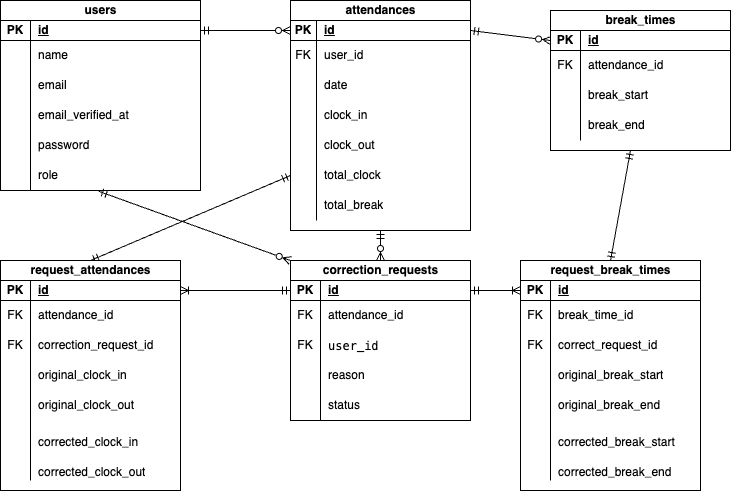
Earlier version of the draw.io export mogi2.drawio.png (riku37-create/miyaharariku-mogi2). Source tidied: cells renumbered, new cells last; positions are measured from the earlier drawing's top-left corner, leaving out a move shared by most shapes.
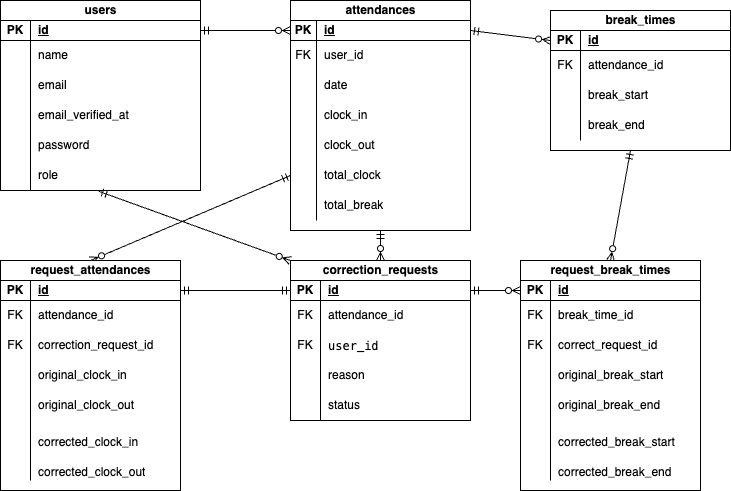
Later version of the same file.

Diff of the diagram source:
```diff
@@ -224,7 +224,7 @@
     <mxCell id="75" style="edgeStyle=none;html=1;entryX=0.491;entryY=1.026;entryDx=0;entryDy=0;entryPerimeter=0;startArrow=ERzeroToMany;startFill=0;endArrow=ERmandOne;endFill=0;exitX=0;exitY=0;exitDx=0;exitDy=0;" parent="1" edge="1" source="2" target="34">
       <mxGeometry relative="1" as="geometry" />
     </mxCell>
-    <mxCell id="76" style="edgeStyle=none;html=1;exitX=0.5;exitY=0;exitDx=0;exitDy=0;startArrow=ERmandOne;startFill=0;endArrow=ERmandOne;endFill=0;" parent="1" edge="1" source="77">
+    <mxCell id="76" style="edgeStyle=none;html=1;exitX=0.5;exitY=0;exitDx=0;exitDy=0;startArrow=ERzeroToMany;startFill=0;endArrow=ERmandOne;endFill=0;" parent="1" edge="1" source="77">
       <mxGeometry relative="1" as="geometry">
         <mxPoint x="630" y="150" as="targetPoint" />
       </mxGeometry>
@@ -295,7 +295,7 @@
     <mxCell id="98" value="&lt;p class=&quot;p1&quot;&gt;corrected_break_end&lt;/p&gt;" style="shape=partialRectangle;fillColor=none;top=0;left=0;bottom=0;right=0;align=left;spacingLeft=6;overflow=hidden;whiteSpace=wrap;html=1;" parent="96" vertex="1">
       <mxGeometry x="30" width="150" height="30" as="geometry" />
     </mxCell>
-    <mxCell id="99" style="edgeStyle=none;html=1;exitX=0.5;exitY=0;exitDx=0;exitDy=0;startArrow=ERmandOne;startFill=0;endArrow=ERmandOne;endFill=0;entryX=0;entryY=0.5;entryDx=0;entryDy=0;" parent="1" edge="1" source="100" target="53">
+    <mxCell id="99" style="edgeStyle=none;html=1;exitX=0.5;exitY=0;exitDx=0;exitDy=0;startArrow=ERzeroToMany;startFill=0;endArrow=ERmandOne;endFill=0;entryX=0;entryY=0.5;entryDx=0;entryDy=0;" parent="1" edge="1" source="100" target="53">
       <mxGeometry relative="1" as="geometry" />
     </mxCell>
     <mxCell id="100" value="request_attendances" style="shape=table;startSize=20;rowLines=0;fontStyle=1;align=center;html=1;" parent="1" vertex="1">
@@ -364,10 +364,10 @@
     <mxCell id="121" value="&lt;p class=&quot;p1&quot;&gt;corrected_clock_out&lt;/p&gt;" style="shape=partialRectangle;fillColor=none;top=0;left=0;bottom=0;right=0;align=left;spacingLeft=6;overflow=hidden;whiteSpace=wrap;html=1;" parent="119" vertex="1">
       <mxGeometry x="30" width="150" height="30" as="geometry" />
     </mxCell>
-    <mxCell id="122" style="edgeStyle=none;html=1;exitX=1;exitY=0.5;exitDx=0;exitDy=0;entryX=0;entryY=0.5;entryDx=0;entryDy=0;endArrow=ERmandOne;endFill=0;startArrow=ERoneToMany;startFill=0;" parent="1" edge="1" source="101" target="3">
+    <mxCell id="122" style="edgeStyle=none;html=1;exitX=1;exitY=0.5;exitDx=0;exitDy=0;entryX=0;entryY=0.5;entryDx=0;entryDy=0;endArrow=ERmandOne;endFill=0;startArrow=ERmandOne;startFill=0;" parent="1" edge="1" source="101" target="3">
       <mxGeometry relative="1" as="geometry" />
     </mxCell>
-    <mxCell id="123" style="edgeStyle=none;html=1;exitX=0;exitY=0.5;exitDx=0;exitDy=0;entryX=1;entryY=0.5;entryDx=0;entryDy=0;startArrow=ERoneToMany;startFill=0;endArrow=ERmandOne;endFill=0;" parent="1" edge="1" source="78" target="3">
+    <mxCell id="123" style="edgeStyle=none;html=1;exitX=0;exitY=0.5;exitDx=0;exitDy=0;entryX=1;entryY=0.5;entryDx=0;entryDy=0;startArrow=ERzeroToMany;startFill=0;endArrow=ERmandOne;endFill=0;" parent="1" edge="1" source="78" target="3">
       <mxGeometry relative="1" as="geometry" />
     </mxCell>
   </root>
```
